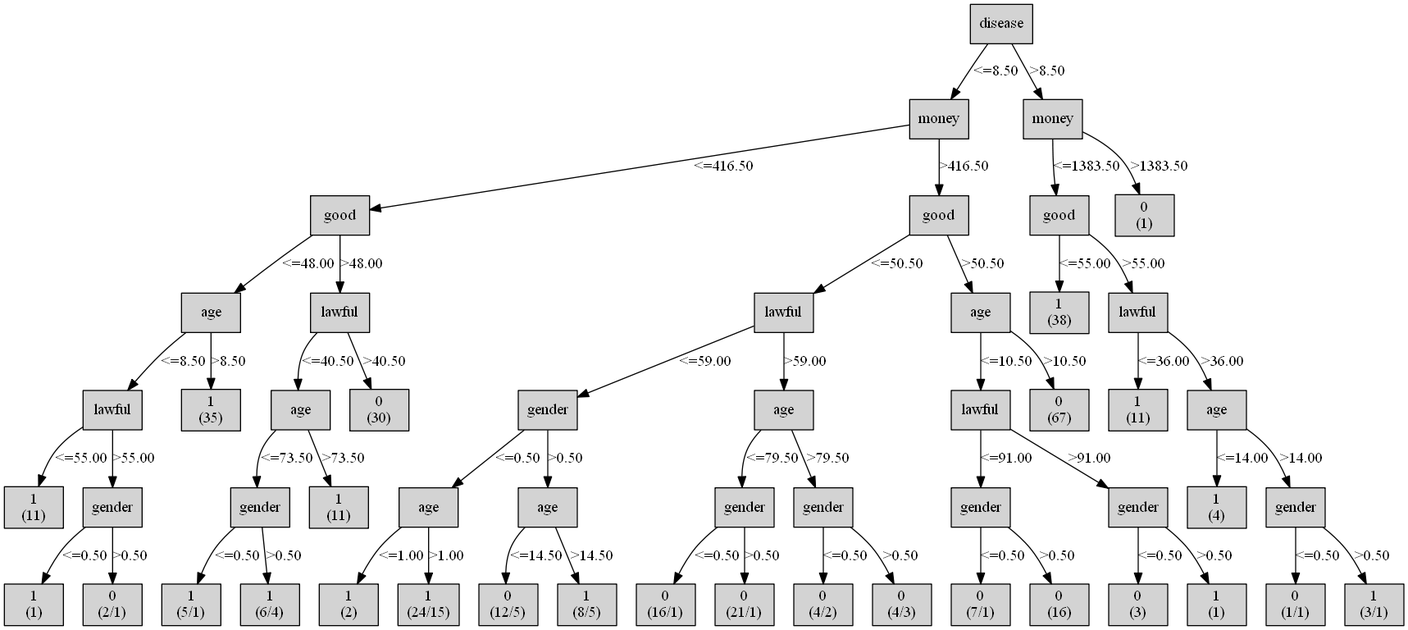
Earlier version of the Graphviz export Dtree/Dtree.png (KMakohon/DSZI-Autonomic-Grim-Reaper). Its source is kept beside it as Dtree/Dtree.dot. Source of this version:
```dot
digraph ID3_Tree {
"0" [shape=box, style=filled, label="disease
", weight=1]
"1" [shape=box, style=filled, label="good
", weight=2]
0 -> 1 [ label = "<=8.50"];
"2" [shape=box, style=filled, label="money
", weight=3]
1 -> 2 [ label = "<=49.50"];
"3" [shape=box, style=filled, label="age
", weight=4]
2 -> 3 [ label = "<=433.50"];
"4" [shape=box, style=filled, label="lawful
", weight=5]
3 -> 4 [ label = "<=8.50"];
"5" [shape=box, style=filled, label="1
(11)
", weight=6]
4 -> 5 [ label = "<=55.00"];
"6" [shape=box, style=filled, label="0
(2/2)
", weight=6]
4 -> 6 [ label = ">55.00"];
"7" [shape=box, style=filled, label="1
(33)
", weight=5]
3 -> 7 [ label = ">8.50"];
"8" [shape=box, style=filled, label="lawful
", weight=4]
2 -> 8 [ label = ">433.50"];
"9" [shape=box, style=filled, label="age
", weight=5]
8 -> 9 [ label = "<=60.50"];
"10" [shape=box, style=filled, label="1
(2)
", weight=6]
9 -> 10 [ label = "<=0.50"];
"11" [shape=box, style=filled, label="gender
", weight=6]
9 -> 11 [ label = ">0.50"];
"12" [shape=box, style=filled, label="1
(19/13)
", weight=7]
11 -> 12 [ label = "<=0.50"];
"13" [shape=box, style=filled, label="1
(18/15)
", weight=7]
11 -> 13 [ label = ">0.50"];
"14" [shape=box, style=filled, label="age
", weight=5]
8 -> 14 [ label = ">60.50"];
"15" [shape=box, style=filled, label="gender
", weight=6]
14 -> 15 [ label = "<=79.50"];
"16" [shape=box, style=filled, label="0
(16/1)
", weight=7]
15 -> 16 [ label = "<=0.50"];
"17" [shape=box, style=filled, label="0
(16/1)
", weight=7]
15 -> 17 [ label = ">0.50"];
"18" [shape=box, style=filled, label="gender
", weight=6]
14 -> 18 [ label = ">79.50"];
"19" [shape=box, style=filled, label="0
(5/1)
", weight=7]
18 -> 19 [ label = "<=0.50"];
"20" [shape=box, style=filled, label="1
(3/2)
", weight=7]
18 -> 20 [ label = ">0.50"];
"21" [shape=box, style=filled, label="money
", weight=3]
1 -> 21 [ label = ">49.50"];
"22" [shape=box, style=filled, label="lawful
", weight=4]
21 -> 22 [ label = "<=455.00"];
"23" [shape=box, style=filled, label="age
", weight=5]
22 -> 23 [ label = "<=40.50"];
"24" [shape=box, style=filled, label="1
(6)
", weight=6]
23 -> 24 [ label = "<=8.50"];
"25" [shape=box, style=filled, label="gender
", weight=6]
23 -> 25 [ label = ">8.50"];
"26" [shape=box, style=filled, label="1
(6/1)
", weight=7]
25 -> 26 [ label = "<=0.50"];
"27" [shape=box, style=filled, label="1
(8/4)
", weight=7]
25 -> 27 [ label = ">0.50"];
"28" [shape=box, style=filled, label="age
", weight=5]
22 -> 28 [ label = ">40.50"];
"29" [shape=box, style=filled, label="0
(13)
", weight=6]
28 -> 29 [ label = "<=9.50"];
"30" [shape=box, style=filled, label="gender
", weight=6]
28 -> 30 [ label = ">9.50"];
"31" [shape=box, style=filled, label="0
(11/1)
", weight=7]
30 -> 31 [ label = "<=0.50"];
"32" [shape=box, style=filled, label="0
(9/1)
", weight=7]
30 -> 32 [ label = ">0.50"];
"33" [shape=box, style=filled, label="age
", weight=4]
21 -> 33 [ label = ">455.00"];
"34" [shape=box, style=filled, label="0
(54)
", weight=5]
33 -> 34 [ label = "<=64.00"];
"35" [shape=box, style=filled, label="gender
", weight=5]
33 -> 35 [ label = ">64.00"];
"36" [shape=box, style=filled, label="lawful
", weight=6]
35 -> 36 [ label = "<=0.50"];
"37" [shape=box, style=filled, label="0
(8)
", weight=7]
36 -> 37 [ label = "<=35.00"];
"38" [shape=box, style=filled, label="0
(3/1)
", weight=7]
36 -> 38 [ label = ">35.00"];
"39" [shape=box, style=filled, label="0
(20)
", weight=6]
35 -> 39 [ label = ">0.50"];
"40" [shape=box, style=filled, label="money
", weight=2]
0 -> 40 [ label = ">8.50"];
"41" [shape=box, style=filled, label="good
", weight=3]
40 -> 41 [ label = "<=1353.50"];
"42" [shape=box, style=filled, label="1
(32)
", weight=4]
41 -> 42 [ label = "<=54.50"];
"43" [shape=box, style=filled, label="lawful
", weight=4]
41 -> 43 [ label = ">54.50"];
"44" [shape=box, style=filled, label="age
", weight=5]
43 -> 44 [ label = "<=95.50"];
"45" [shape=box, style=filled, label="1
(10)
", weight=6]
44 -> 45 [ label = "<=14.50"];
"46" [shape=box, style=filled, label="gender
", weight=6]
44 -> 46 [ label = ">14.50"];
"47" [shape=box, style=filled, label="1
(4)
", weight=7]
46 -> 47 [ label = "<=0.50"];
"48" [shape=box, style=filled, label="1
(6/1)
", weight=7]
46 -> 48 [ label = ">0.50"];
"49" [shape=box, style=filled, label="age
", weight=5]
43 -> 49 [ label = ">95.50"];
"50" [shape=box, style=filled, label="1
(1)
", weight=6]
49 -> 50 [ label = "<=39.00"];
"51" [shape=box, style=filled, label="0
(1)
", weight=6]
49 -> 51 [ label = ">39.00"];
"52" [shape=box, style=filled, label="0
(1)
", weight=3]
40 -> 52 [ label = ">1353.50"];
{rank=same; 0;};
{rank=same; 1;40;};
{rank=same; 2;21;41;52;};
{rank=same; 3;8;22;33;42;43;};
{rank=same; 4;7;9;14;23;28;34;35;44;49;};
{rank=same; 5;6;10;11;15;18;24;25;29;30;36;39;45;46;50;51;};
{rank=same; 12;13;16;17;19;20;26;27;31;32;37;38;47;48;};
}
```
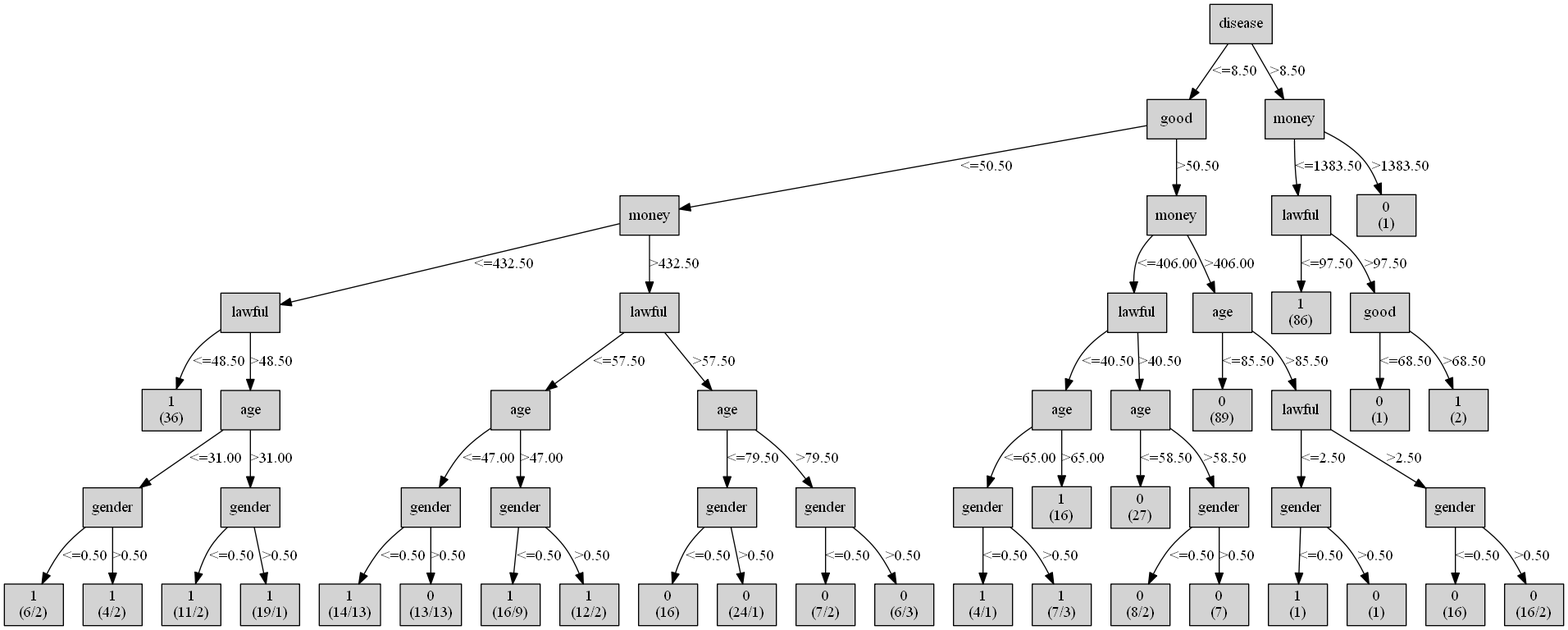
The same diagram one commit later.

The edit, as a diff of the source:
```diff
@@ -6,189 +6,196 @@
 0 -> 1 [ label = "<=8.50"];
 "2" [shape=box, style=filled, label="money
 ", weight=3]
-1 -> 2 [ label = "<=49.50"];
-"3" [shape=box, style=filled, label="age
+1 -> 2 [ label = "<=50.50"];
+"3" [shape=box, style=filled, label="lawful
 ", weight=4]
-2 -> 3 [ label = "<=433.50"];
-"4" [shape=box, style=filled, label="lawful
+2 -> 3 [ label = "<=432.50"];
+"4" [shape=box, style=filled, label="1
+(36)
 ", weight=5]
-3 -> 4 [ label = "<=8.50"];
-"5" [shape=box, style=filled, label="1
-(11)
+3 -> 4 [ label = "<=48.50"];
+"5" [shape=box, style=filled, label="age
+", weight=5]
+3 -> 5 [ label = ">48.50"];
+"6" [shape=box, style=filled, label="gender
 ", weight=6]
-4 -> 5 [ label = "<=55.00"];
-"6" [shape=box, style=filled, label="0
-(2/2)
+5 -> 6 [ label = "<=31.00"];
+"7" [shape=box, style=filled, label="1
+(6/2)
+", weight=7]
+6 -> 7 [ label = "<=0.50"];
+"8" [shape=box, style=filled, label="1
+(4/2)
+", weight=7]
+6 -> 8 [ label = ">0.50"];
+"9" [shape=box, style=filled, label="gender
 ", weight=6]
-4 -> 6 [ label = ">55.00"];
-"7" [shape=box, style=filled, label="1
-(33)
+5 -> 9 [ label = ">31.00"];
+"10" [shape=box, style=filled, label="1
+(11/2)
+", weight=7]
+9 -> 10 [ label = "<=0.50"];
+"11" [shape=box, style=filled, label="1
+(19/1)
+", weight=7]
+9 -> 11 [ label = ">0.50"];
+"12" [shape=box, style=filled, label="lawful
+", weight=4]
+2 -> 12 [ label = ">432.50"];
+"13" [shape=box, style=filled, label="age
 ", weight=5]
-3 -> 7 [ label = ">8.50"];
-"8" [shape=box, style=filled, label="lawful
+12 -> 13 [ label = "<=57.50"];
+"14" [shape=box, style=filled, label="gender
+", weight=6]
+13 -> 14 [ label = "<=47.00"];
+"15" [shape=box, style=filled, label="1
+(14/13)
+", weight=7]
+14 -> 15 [ label = "<=0.50"];
+"16" [shape=box, style=filled, label="0
+(13/13)
+", weight=7]
+14 -> 16 [ label = ">0.50"];
+"17" [shape=box, style=filled, label="gender
+", weight=6]
+13 -> 17 [ label = ">47.00"];
+"18" [shape=box, style=filled, label="1
+(16/9)
+", weight=7]
+17 -> 18 [ label = "<=0.50"];
+"19" [shape=box, style=filled, label="1
+(12/2)
+", weight=7]
+17 -> 19 [ label = ">0.50"];
+"20" [shape=box, style=filled, label="age
+", weight=5]
+12 -> 20 [ label = ">57.50"];
+"21" [shape=box, style=filled, label="gender
+", weight=6]
+20 -> 21 [ label = "<=79.50"];
+"22" [shape=box, style=filled, label="0
+(16)
+", weight=7]
+21 -> 22 [ label = "<=0.50"];
+"23" [shape=box, style=filled, label="0
+(24/1)
+", weight=7]
+21 -> 23 [ label = ">0.50"];
+"24" [shape=box, style=filled, label="gender
+", weight=6]
+20 -> 24 [ label = ">79.50"];
+"25" [shape=box, style=filled, label="0
+(7/2)
+", weight=7]
+24 -> 25 [ label = "<=0.50"];
+"26" [shape=box, style=filled, label="0
+(6/3)
+", weight=7]
+24 -> 26 [ label = ">0.50"];
+"27" [shape=box, style=filled, label="money
+", weight=3]
+1 -> 27 [ label = ">50.50"];
+"28" [shape=box, style=filled, label="lawful
 ", weight=4]
-2 -> 8 [ label = ">433.50"];
-"9" [shape=box, style=filled, label="age
+27 -> 28 [ label = "<=406.00"];
+"29" [shape=box, style=filled, label="age
 ", weight=5]
-8 -> 9 [ label = "<=60.50"];
-"10" [shape=box, style=filled, label="1
-(2)
-", weight=6]
-9 -> 10 [ label = "<=0.50"];
-"11" [shape=box, style=filled, label="gender
-", weight=6]
-9 -> 11 [ label = ">0.50"];
-"12" [shape=box, style=filled, label="1
-(19/13)
-", weight=7]
-11 -> 12 [ label = "<=0.50"];
-"13" [shape=box, style=filled, label="1
-(18/15)
-", weight=7]
-11 -> 13 [ label = ">0.50"];
-"14" [shape=box, style=filled, label="age
-", weight=5]
-8 -> 14 [ label = ">60.50"];
-"15" [shape=box, style=filled, label="gender
-", weight=6]
-14 -> 15 [ label = "<=79.50"];
-"16" [shape=box, style=filled, label="0
-(16/1)
-", weight=7]
-15 -> 16 [ label = "<=0.50"];
-"17" [shape=box, style=filled, label="0
-(16/1)
-", weight=7]
-15 -> 17 [ label = ">0.50"];
-"18" [shape=box, style=filled, label="gender
-", weight=6]
-14 -> 18 [ label = ">79.50"];
-"19" [shape=box, style=filled, label="0
-(5/1)
-", weight=7]
-18 -> 19 [ label = "<=0.50"];
-"20" [shape=box, style=filled, label="1
-(3/2)
-", weight=7]
-18 -> 20 [ label = ">0.50"];
-"21" [shape=box, style=filled, label="money
-", weight=3]
-1 -> 21 [ label = ">49.50"];
-"22" [shape=box, style=filled, label="lawful
-", weight=4]
-21 -> 22 [ label = "<=455.00"];
-"23" [shape=box, style=filled, label="age
-", weight=5]
-22 -> 23 [ label = "<=40.50"];
-"24" [shape=box, style=filled, label="1
-(6)
-", weight=6]
-23 -> 24 [ label = "<=8.50"];
-"25" [shape=box, style=filled, label="gender
-", weight=6]
-23 -> 25 [ label = ">8.50"];
-"26" [shape=box, style=filled, label="1
-(6/1)
-", weight=7]
-25 -> 26 [ label = "<=0.50"];
-"27" [shape=box, style=filled, label="1
-(8/4)
-", weight=7]
-25 -> 27 [ label = ">0.50"];
-"28" [shape=box, style=filled, label="age
-", weight=5]
-22 -> 28 [ label = ">40.50"];
-"29" [shape=box, style=filled, label="0
-(13)
-", weight=6]
-28 -> 29 [ label = "<=9.50"];
+28 -> 29 [ label = "<=40.50"];
 "30" [shape=box, style=filled, label="gender
 ", weight=6]
-28 -> 30 [ label = ">9.50"];
-"31" [shape=box, style=filled, label="0
-(11/1)
+29 -> 30 [ label = "<=65.00"];
+"31" [shape=box, style=filled, label="1
+(4/1)
 ", weight=7]
 30 -> 31 [ label = "<=0.50"];
-"32" [shape=box, style=filled, label="0
-(9/1)
+"32" [shape=box, style=filled, label="1
+(7/3)
 ", weight=7]
 30 -> 32 [ label = ">0.50"];
-"33" [shape=box, style=filled, label="age
+"33" [shape=box, style=filled, label="1
+(16)
+", weight=6]
+29 -> 33 [ label = ">65.00"];
+"34" [shape=box, style=filled, label="age
+", weight=5]
+28 -> 34 [ label = ">40.50"];
+"35" [shape=box, style=filled, label="0
+(27)
+", weight=6]
+34 -> 35 [ label = "<=58.50"];
+"36" [shape=box, style=filled, label="gender
+", weight=6]
+34 -> 36 [ label = ">58.50"];
+"37" [shape=box, style=filled, label="0
+(8/2)
+", weight=7]
+36 -> 37 [ label = "<=0.50"];
+"38" [shape=box, style=filled, label="0
+(7)
+", weight=7]
+36 -> 38 [ label = ">0.50"];
+"39" [shape=box, style=filled, label="age
 ", weight=4]
-21 -> 33 [ label = ">455.00"];
-"34" [shape=box, style=filled, label="0
-(54)
+27 -> 39 [ label = ">406.00"];
+"40" [shape=box, style=filled, label="0
+(89)
 ", weight=5]
-33 -> 34 [ label = "<=64.00"];
-"35" [shape=box, style=filled, label="gender
+39 -> 40 [ label = "<=85.50"];
+"41" [shape=box, style=filled, label="lawful
 ", weight=5]
-33 -> 35 [ label = ">64.00"];
-"36" [shape=box, style=filled, label="lawful
+39 -> 41 [ label = ">85.50"];
+"42" [shape=box, style=filled, label="gender
 ", weight=6]
-35 -> 36 [ label = "<=0.50"];
-"37" [shape=box, style=filled, label="0
-(8)
+41 -> 42 [ label = "<=2.50"];
+"43" [shape=box, style=filled, label="1
+(1)
 ", weight=7]
-36 -> 37 [ label = "<=35.00"];
-"38" [shape=box, style=filled, label="0
-(3/1)
+42 -> 43 [ label = "<=0.50"];
+"44" [shape=box, style=filled, label="0
+(1)
 ", weight=7]
-36 -> 38 [ label = ">35.00"];
-"39" [shape=box, style=filled, label="0
-(20)
+42 -> 44 [ label = ">0.50"];
+"45" [shape=box, style=filled, label="gender
 ", weight=6]
-35 -> 39 [ label = ">0.50"];
-"40" [shape=box, style=filled, label="money
+41 -> 45 [ label = ">2.50"];
+"46" [shape=box, style=filled, label="0
+(16)
+", weight=7]
+45 -> 46 [ label = "<=0.50"];
+"47" [shape=box, style=filled, label="0
+(16/2)
+", weight=7]
+45 -> 47 [ label = ">0.50"];
+"48" [shape=box, style=filled, label="money
 ", weight=2]
-0 -> 40 [ label = ">8.50"];
-"41" [shape=box, style=filled, label="good
+0 -> 48 [ label = ">8.50"];
+"49" [shape=box, style=filled, label="lawful
 ", weight=3]
-40 -> 41 [ label = "<=1353.50"];
-"42" [shape=box, style=filled, label="1
-(32)
+48 -> 49 [ label = "<=1383.50"];
+"50" [shape=box, style=filled, label="1
+(86)
 ", weight=4]
-41 -> 42 [ label = "<=54.50"];
-"43" [shape=box, style=filled, label="lawful
+49 -> 50 [ label = "<=97.50"];
+"51" [shape=box, style=filled, label="good
 ", weight=4]
-41 -> 43 [ label = ">54.50"];
-"44" [shape=box, style=filled, label="age
-", weight=5]
-43 -> 44 [ label = "<=95.50"];
-"45" [shape=box, style=filled, label="1
-(10)
-", weight=6]
-44 -> 45 [ label = "<=14.50"];
-"46" [shape=box, style=filled, label="gender
-", weight=6]
-44 -> 46 [ label = ">14.50"];
-"47" [shape=box, style=filled, label="1
-(4)
-", weight=7]
-46 -> 47 [ label = "<=0.50"];
-"48" [shape=box, style=filled, label="1
-(6/1)
-", weight=7]
-46 -> 48 [ label = ">0.50"];
-"49" [shape=box, style=filled, label="age
-", weight=5]
-43 -> 49 [ label = ">95.50"];
-"50" [shape=box, style=filled, label="1
-(1)
-", weight=6]
-49 -> 50 [ label = "<=39.00"];
-"51" [shape=box, style=filled, label="0
-(1)
-", weight=6]
-49 -> 51 [ label = ">39.00"];
+49 -> 51 [ label = ">97.50"];
 "52" [shape=box, style=filled, label="0
 (1)
+", weight=5]
+51 -> 52 [ label = "<=68.50"];
+"53" [shape=box, style=filled, label="1
+(2)
+", weight=5]
+51 -> 53 [ label = ">68.50"];
+"54" [shape=box, style=filled, label="0
+(1)
 ", weight=3]
-40 -> 52 [ label = ">1353.50"];
+48 -> 54 [ label = ">1383.50"];
 {rank=same; 0;};
-{rank=same; 1;40;};
-{rank=same; 2;21;41;52;};
-{rank=same; 3;8;22;33;42;43;};
-{rank=same; 4;7;9;14;23;28;34;35;44;49;};
-{rank=same; 5;6;10;11;15;18;24;25;29;30;36;39;45;46;50;51;};
-{rank=same; 12;13;16;17;19;20;26;27;31;32;37;38;47;48;};
+{rank=same; 1;48;};
+{rank=same; 2;27;49;54;};
+{rank=same; 3;12;28;39;50;51;};
+{rank=same; 4;5;13;20;29;34;40;41;52;53;};
+{rank=same; 6;9;14;17;21;24;30;33;35;36;42;45;};
+{rank=same; 7;8;10;11;15;16;18;19;22;23;25;26;31;32;37;38;43;44;46;47;};
 }
```
